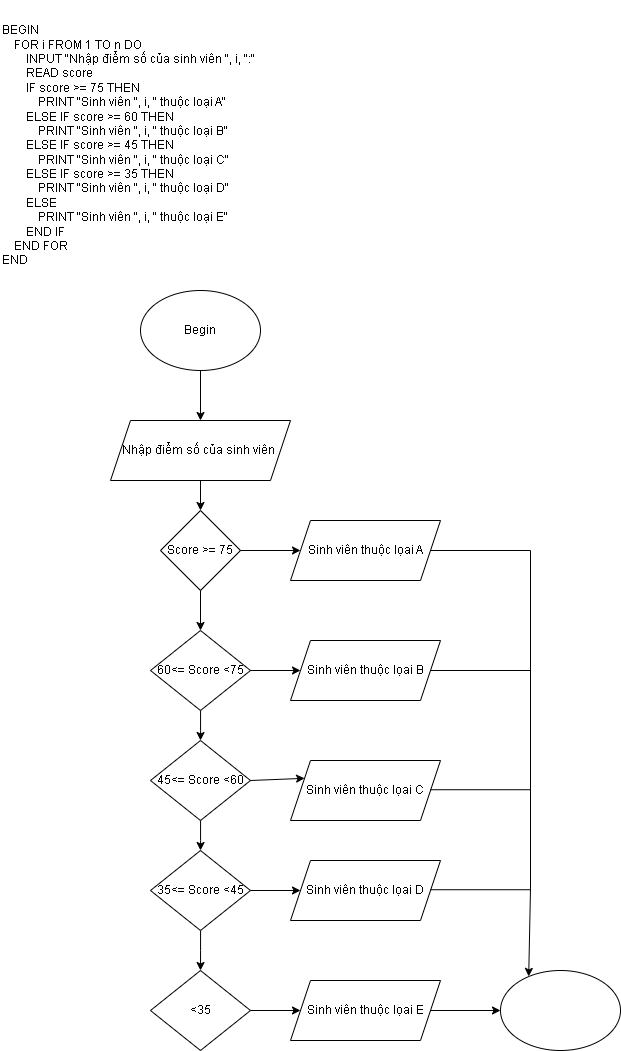
Above: ss3_ma_gia_va_luu_do/thuc_hanh/bai5_magia_luudo.drawio.png in hongochieu/CGDN-H-Ng-c-Hi-u-c0225l1-jv103 (draw.io), before the change. Source tidied: cells renumbered, new cells last; positions are measured from the earlier drawing's top-left corner, leaving out a move shared by most shapes. Source of this version:
```xml
<mxGraphModel>
  <root>
    <mxCell id="0" />
    <mxCell id="1" parent="0" />
    <mxCell id="2" value="BEGIN&lt;br&gt;&amp;nbsp; &amp;nbsp; FOR i FROM 1 TO n DO&lt;br&gt;&amp;nbsp; &amp;nbsp; &amp;nbsp; &amp;nbsp; INPUT &quot;Nhập điểm số của sinh viên &quot;, i, &quot;:&quot;&lt;br&gt;&amp;nbsp; &amp;nbsp; &amp;nbsp; &amp;nbsp; READ score&lt;br&gt;&amp;nbsp; &amp;nbsp; &amp;nbsp; &amp;nbsp; IF score &amp;gt;= 75 THEN&lt;br&gt;&amp;nbsp; &amp;nbsp; &amp;nbsp; &amp;nbsp; &amp;nbsp; &amp;nbsp; PRINT &quot;Sinh viên &quot;, i, &quot; thuộc loại A&quot;&lt;br&gt;&amp;nbsp; &amp;nbsp; &amp;nbsp; &amp;nbsp; ELSE IF score &amp;gt;= 60 THEN&lt;br&gt;&amp;nbsp; &amp;nbsp; &amp;nbsp; &amp;nbsp; &amp;nbsp; &amp;nbsp; PRINT &quot;Sinh viên &quot;, i, &quot; thuộc loại B&quot;&lt;br&gt;&amp;nbsp; &amp;nbsp; &amp;nbsp; &amp;nbsp; ELSE IF score &amp;gt;= 45 THEN&lt;br&gt;&amp;nbsp; &amp;nbsp; &amp;nbsp; &amp;nbsp; &amp;nbsp; &amp;nbsp; PRINT &quot;Sinh viên &quot;, i, &quot; thuộc loại C&quot;&lt;br&gt;&amp;nbsp; &amp;nbsp; &amp;nbsp; &amp;nbsp; ELSE IF score &amp;gt;= 35 THEN&lt;br&gt;&amp;nbsp; &amp;nbsp; &amp;nbsp; &amp;nbsp; &amp;nbsp; &amp;nbsp; PRINT &quot;Sinh viên &quot;, i, &quot; thuộc loại D&quot;&lt;br&gt;&amp;nbsp; &amp;nbsp; &amp;nbsp; &amp;nbsp; ELSE&lt;br&gt;&amp;nbsp; &amp;nbsp; &amp;nbsp; &amp;nbsp; &amp;nbsp; &amp;nbsp; PRINT &quot;Sinh viên &quot;, i, &quot; thuộc loại E&quot;&lt;br&gt;&amp;nbsp; &amp;nbsp; &amp;nbsp; &amp;nbsp; END IF&lt;br&gt;&amp;nbsp; &amp;nbsp; END FOR&lt;br&gt;END" style="text;html=1;align=left;verticalAlign=middle;whiteSpace=wrap;rounded=0;" parent="1" vertex="1">
      <mxGeometry width="260" height="290" as="geometry" />
    </mxCell>
    <mxCell id="3" value="Begin" style="ellipse;whiteSpace=wrap;html=1;" parent="1" vertex="1">
      <mxGeometry x="140" y="290" width="120" height="80" as="geometry" />
    </mxCell>
    <mxCell id="4" style="endArrow=classic;html=1;rounded=0;exitX=0.5;exitY=1;exitDx=0;exitDy=0;" parent="1" edge="1" source="3">
      <mxGeometry relative="1" as="geometry">
        <mxPoint x="200" y="420" as="targetPoint" />
      </mxGeometry>
    </mxCell>
    <mxCell id="5" value="Nhập điểm số của sinh viên&amp;nbsp;" style="shape=parallelogram;perimeter=parallelogramPerimeter;whiteSpace=wrap;html=1;fixedSize=1;" parent="1" vertex="1">
      <mxGeometry x="110" y="420" width="180" height="60" as="geometry" />
    </mxCell>
    <mxCell id="6" style="endArrow=classic;html=1;rounded=0;exitX=0.5;exitY=1;exitDx=0;exitDy=0;" parent="1" edge="1" source="5">
      <mxGeometry relative="1" as="geometry">
        <mxPoint x="200" y="510" as="targetPoint" />
      </mxGeometry>
    </mxCell>
    <mxCell id="7" value="Score &amp;gt;= 75" style="rhombus;whiteSpace=wrap;html=1;" parent="1" vertex="1">
      <mxGeometry x="160" y="510" width="80" height="80" as="geometry" />
    </mxCell>
    <mxCell id="8" style="endArrow=classic;html=1;rounded=0;exitX=1;exitY=0.5;exitDx=0;exitDy=0;" parent="1" edge="1" source="7">
      <mxGeometry relative="1" as="geometry">
        <mxPoint x="300" y="550" as="targetPoint" />
      </mxGeometry>
    </mxCell>
    <mxCell id="9" value="Sinh viên thuộc lọai A" style="shape=parallelogram;perimeter=parallelogramPerimeter;whiteSpace=wrap;html=1;fixedSize=1;" parent="1" vertex="1">
      <mxGeometry x="290" y="520" width="150" height="60" as="geometry" />
    </mxCell>
    <mxCell id="10" style="edgeStyle=orthogonalEdgeStyle;rounded=0;jettySize=auto;html=1;" parent="1" edge="1" source="11">
      <mxGeometry relative="1" as="geometry">
        <mxPoint x="200" y="740" as="targetPoint" />
      </mxGeometry>
    </mxCell>
    <mxCell id="11" value="60&amp;lt;= Score &amp;lt;75" style="rhombus;whiteSpace=wrap;html=1;" parent="1" vertex="1">
      <mxGeometry x="150" y="630" width="100" height="80" as="geometry" />
    </mxCell>
    <mxCell id="12" style="endArrow=classic;html=1;rounded=0;exitX=0.5;exitY=1;exitDx=0;exitDy=0;entryX=0.5;entryY=0;entryDx=0;entryDy=0;" parent="1" edge="1" source="7" target="11">
      <mxGeometry relative="1" as="geometry" />
    </mxCell>
    <mxCell id="13" style="edgeStyle=orthogonalEdgeStyle;rounded=0;jettySize=auto;html=1;" parent="1" edge="1" source="14">
      <mxGeometry relative="1" as="geometry">
        <mxPoint x="200" y="850" as="targetPoint" />
      </mxGeometry>
    </mxCell>
    <mxCell id="14" value="45&amp;lt;= Score &amp;lt;60" style="rhombus;whiteSpace=wrap;html=1;" parent="1" vertex="1">
      <mxGeometry x="150" y="740" width="100" height="80" as="geometry" />
    </mxCell>
    <mxCell id="15" style="edgeStyle=orthogonalEdgeStyle;rounded=0;jettySize=auto;html=1;" parent="1" edge="1" source="16">
      <mxGeometry relative="1" as="geometry">
        <mxPoint x="200" y="970" as="targetPoint" />
      </mxGeometry>
    </mxCell>
    <mxCell id="16" value="35&amp;lt;= Score &amp;lt;45" style="rhombus;whiteSpace=wrap;html=1;" parent="1" vertex="1">
      <mxGeometry x="150" y="850" width="100" height="80" as="geometry" />
    </mxCell>
    <mxCell id="17" value="Sinh viên thuộc lọai B" style="shape=parallelogram;perimeter=parallelogramPerimeter;whiteSpace=wrap;html=1;fixedSize=1;" parent="1" vertex="1">
      <mxGeometry x="290" y="640" width="150" height="60" as="geometry" />
    </mxCell>
    <mxCell id="18" value="Sinh viên thuộc lọai C" style="shape=parallelogram;perimeter=parallelogramPerimeter;whiteSpace=wrap;html=1;fixedSize=1;" parent="1" vertex="1">
      <mxGeometry x="290" y="760" width="150" height="60" as="geometry" />
    </mxCell>
    <mxCell id="19" value="Sinh viên thuộc lọai D" style="shape=parallelogram;perimeter=parallelogramPerimeter;whiteSpace=wrap;html=1;fixedSize=1;" parent="1" vertex="1">
      <mxGeometry x="290" y="860" width="150" height="60" as="geometry" />
    </mxCell>
    <mxCell id="20" style="endArrow=classic;html=1;rounded=0;exitX=1;exitY=0.5;exitDx=0;exitDy=0;entryX=0;entryY=0.5;entryDx=0;entryDy=0;" parent="1" edge="1" source="11" target="17">
      <mxGeometry relative="1" as="geometry" />
    </mxCell>
    <mxCell id="21" style="endArrow=classic;html=1;rounded=0;exitX=1;exitY=0.5;exitDx=0;exitDy=0;entryX=0;entryY=0.25;entryDx=0;entryDy=0;" parent="1" edge="1" source="14" target="18">
      <mxGeometry relative="1" as="geometry" />
    </mxCell>
    <mxCell id="22" style="endArrow=classic;html=1;rounded=0;exitX=1;exitY=0.5;exitDx=0;exitDy=0;entryX=0;entryY=0.5;entryDx=0;entryDy=0;" parent="1" edge="1" source="16" target="19">
      <mxGeometry relative="1" as="geometry" />
    </mxCell>
    <mxCell id="23" value="&amp;lt;35" style="rhombus;whiteSpace=wrap;html=1;" parent="1" vertex="1">
      <mxGeometry x="150" y="970" width="100" height="80" as="geometry" />
    </mxCell>
    <mxCell id="24" value="Sinh viên thuộc lọai E" style="shape=parallelogram;perimeter=parallelogramPerimeter;whiteSpace=wrap;html=1;fixedSize=1;" parent="1" vertex="1">
      <mxGeometry x="290" y="980" width="150" height="60" as="geometry" />
    </mxCell>
    <mxCell id="25" style="endArrow=classic;html=1;rounded=0;entryX=0;entryY=0.5;entryDx=0;entryDy=0;exitX=1;exitY=0.5;exitDx=0;exitDy=0;" parent="1" edge="1" source="23" target="24">
      <mxGeometry relative="1" as="geometry" />
    </mxCell>
    <mxCell id="26" style="endArrow=none;html=1;rounded=0;exitX=1;exitY=0.5;exitDx=0;exitDy=0;" parent="1" edge="1" source="9">
      <mxGeometry relative="1" as="geometry">
        <mxPoint x="530" y="550" as="targetPoint" />
      </mxGeometry>
    </mxCell>
    <mxCell id="27" style="endArrow=none;html=1;rounded=0;exitX=1;exitY=0.5;exitDx=0;exitDy=0;" parent="1" edge="1" source="17">
      <mxGeometry relative="1" as="geometry">
        <mxPoint x="530" y="670" as="targetPoint" />
      </mxGeometry>
    </mxCell>
    <mxCell id="28" style="endArrow=none;html=1;rounded=0;exitX=1;exitY=0.5;exitDx=0;exitDy=0;" parent="1" edge="1">
      <mxGeometry relative="1" as="geometry">
        <mxPoint x="430" y="789.2" as="sourcePoint" />
        <mxPoint x="530" y="789.2" as="targetPoint" />
      </mxGeometry>
    </mxCell>
    <mxCell id="29" style="endArrow=none;html=1;rounded=0;exitX=1;exitY=0.5;exitDx=0;exitDy=0;" parent="1" edge="1">
      <mxGeometry relative="1" as="geometry">
        <mxPoint x="430" y="889.2" as="sourcePoint" />
        <mxPoint x="530" y="889.2" as="targetPoint" />
      </mxGeometry>
    </mxCell>
    <mxCell id="30" style="endArrow=none;html=1;rounded=0;" parent="1" edge="1">
      <mxGeometry relative="1" as="geometry">
        <mxPoint x="530" y="890" as="sourcePoint" />
        <mxPoint x="530" y="550" as="targetPoint" />
      </mxGeometry>
    </mxCell>
    <mxCell id="31" style="ellipse;whiteSpace=wrap;html=1;" parent="1" vertex="1">
      <mxGeometry x="500" y="970" width="120" height="80" as="geometry" />
    </mxCell>
    <mxCell id="32" style="endArrow=classic;html=1;rounded=0;" parent="1" edge="1">
      <mxGeometry relative="1" as="geometry">
        <mxPoint x="430" y="1010" as="sourcePoint" />
        <mxPoint x="500" y="1010" as="targetPoint" />
      </mxGeometry>
    </mxCell>
    <mxCell id="33" style="endArrow=classic;html=1;rounded=0;entryX=0.235;entryY=0.074;entryDx=0;entryDy=0;entryPerimeter=0;" parent="1" edge="1" target="31">
      <mxGeometry relative="1" as="geometry">
        <mxPoint x="530" y="888" as="sourcePoint" />
      </mxGeometry>
    </mxCell>
  </root>
</mxGraphModel>
```
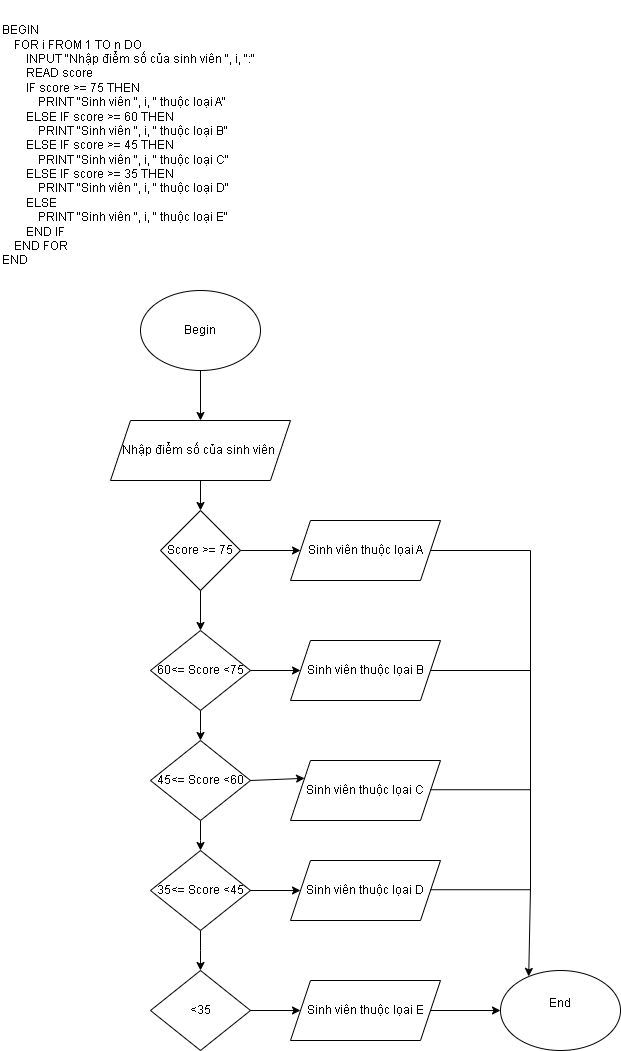
Above is the later version.

Change to the diagram source:
```diff
@@ -114,7 +114,7 @@
         <mxPoint x="530" y="550" as="targetPoint" />
       </mxGeometry>
     </mxCell>
-    <mxCell id="31" style="ellipse;whiteSpace=wrap;html=1;" parent="1" vertex="1">
+    <mxCell id="31" value="End&lt;div&gt;&lt;br&gt;&lt;/div&gt;" style="ellipse;whiteSpace=wrap;html=1;" parent="1" vertex="1">
       <mxGeometry x="500" y="970" width="120" height="80" as="geometry" />
     </mxCell>
     <mxCell id="32" style="endArrow=classic;html=1;rounded=0;" parent="1" edge="1">
```
